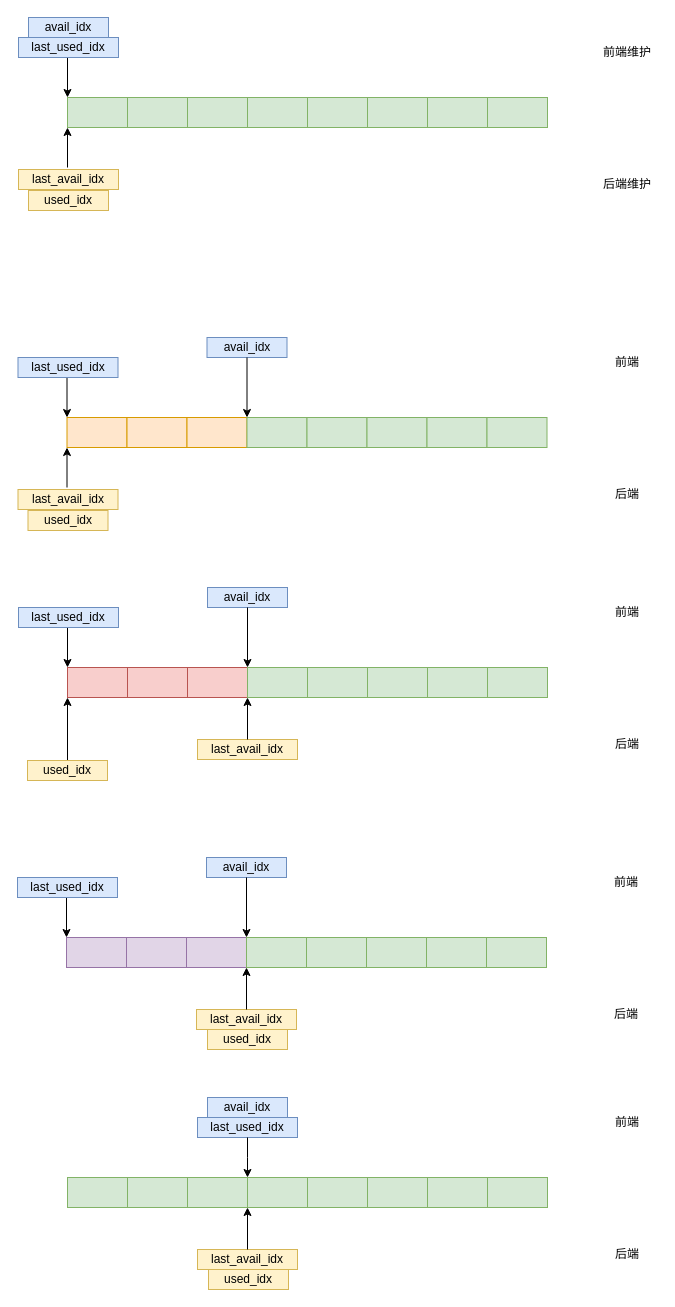
Above: virtio.drawio in Aspiresky/draw.io (draw.io), before the change. Source tidied: cells renumbered, new cells numbered last; positions are measured from the earlier drawing's top-left corner, leaving out a move shared by most shapes. Both pictures are drawn from the tidied source at 100%, with x=0, y=0 at pixel (17, 17).
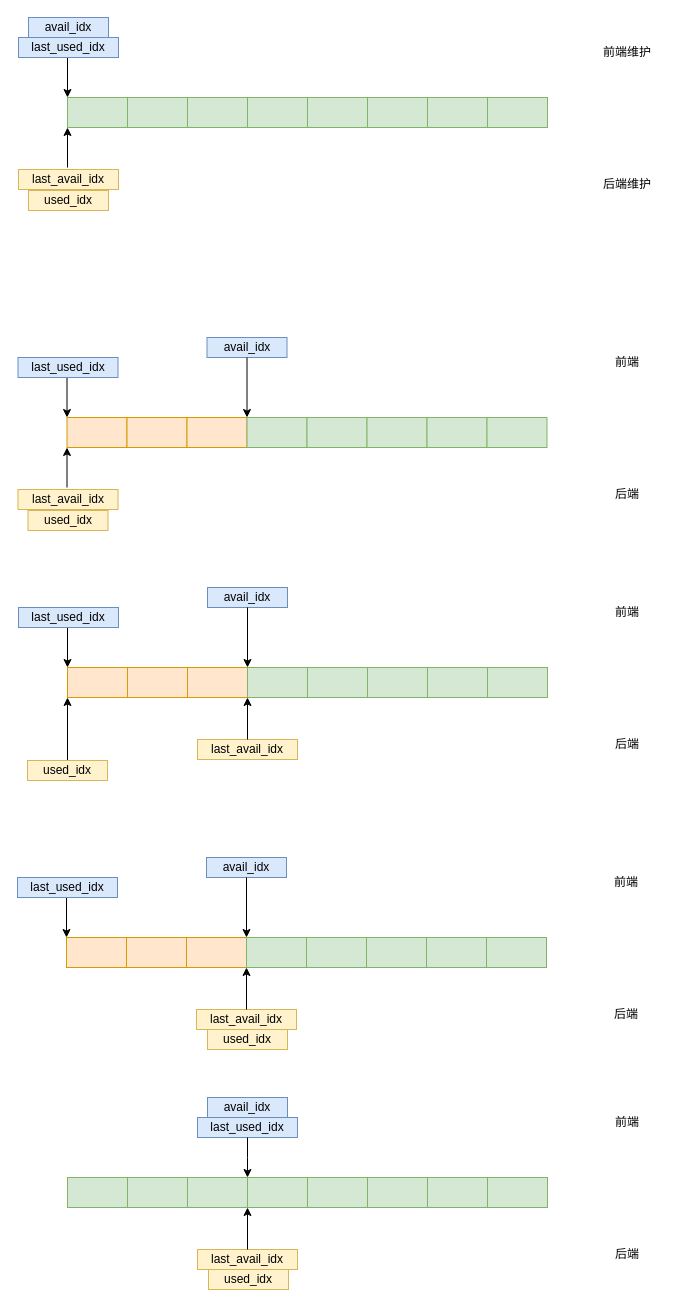
The same page after the edit.

What changed in the source:
```diff
@@
-    <mxCell id="35" style="rounded=0;whiteSpace=wrap;html=1;fillColor=#f8cecc;strokeColor=#b85450;" parent="1" vertex="1">
+    <mxCell id="35" style="rounded=0;whiteSpace=wrap;html=1;fillColor=#ffe6cc;strokeColor=#d79b00;" parent="1" vertex="1">
       <mxGeometry x="50" y="650" width="60" height="30" as="geometry" />
     </mxCell>
-    <mxCell id="36" style="rounded=0;whiteSpace=wrap;html=1;fillColor=#f8cecc;strokeColor=#b85450;" parent="1" vertex="1">
+    <mxCell id="36" style="rounded=0;whiteSpace=wrap;html=1;fillColor=#ffe6cc;strokeColor=#d79b00;" parent="1" vertex="1">
       <mxGeometry x="110" y="650" width="60" height="30" as="geometry" />
     </mxCell>
-    <mxCell id="37" style="rounded=0;whiteSpace=wrap;html=1;fillColor=#f8cecc;strokeColor=#b85450;" parent="1" vertex="1">
+    <mxCell id="37" style="rounded=0;whiteSpace=wrap;html=1;fillColor=#ffe6cc;strokeColor=#d79b00;" parent="1" vertex="1">
       <mxGeometry x="170" y="650" width="60" height="30" as="geometry" />
     </mxCell>
@@
-    <mxCell id="53" style="rounded=0;whiteSpace=wrap;html=1;fillColor=#e1d5e7;strokeColor=#9673a6;" parent="1" vertex="1">
+    <mxCell id="53" style="rounded=0;whiteSpace=wrap;html=1;fillColor=#ffe6cc;strokeColor=#d79b00;" parent="1" vertex="1">
       <mxGeometry x="49" y="920" width="60" height="30" as="geometry" />
     </mxCell>
-    <mxCell id="54" style="rounded=0;whiteSpace=wrap;html=1;fillColor=#e1d5e7;strokeColor=#9673a6;" parent="1" vertex="1">
+    <mxCell id="54" style="rounded=0;whiteSpace=wrap;html=1;fillColor=#ffe6cc;strokeColor=#d79b00;" parent="1" vertex="1">
       <mxGeometry x="109" y="920" width="60" height="30" as="geometry" />
     </mxCell>
-    <mxCell id="55" style="rounded=0;whiteSpace=wrap;html=1;fillColor=#e1d5e7;strokeColor=#9673a6;" parent="1" vertex="1">
+    <mxCell id="55" style="rounded=0;whiteSpace=wrap;html=1;fillColor=#ffe6cc;strokeColor=#d79b00;" parent="1" vertex="1">
       <mxGeometry x="169" y="920" width="60" height="30" as="geometry" />
     </mxCell>
```
